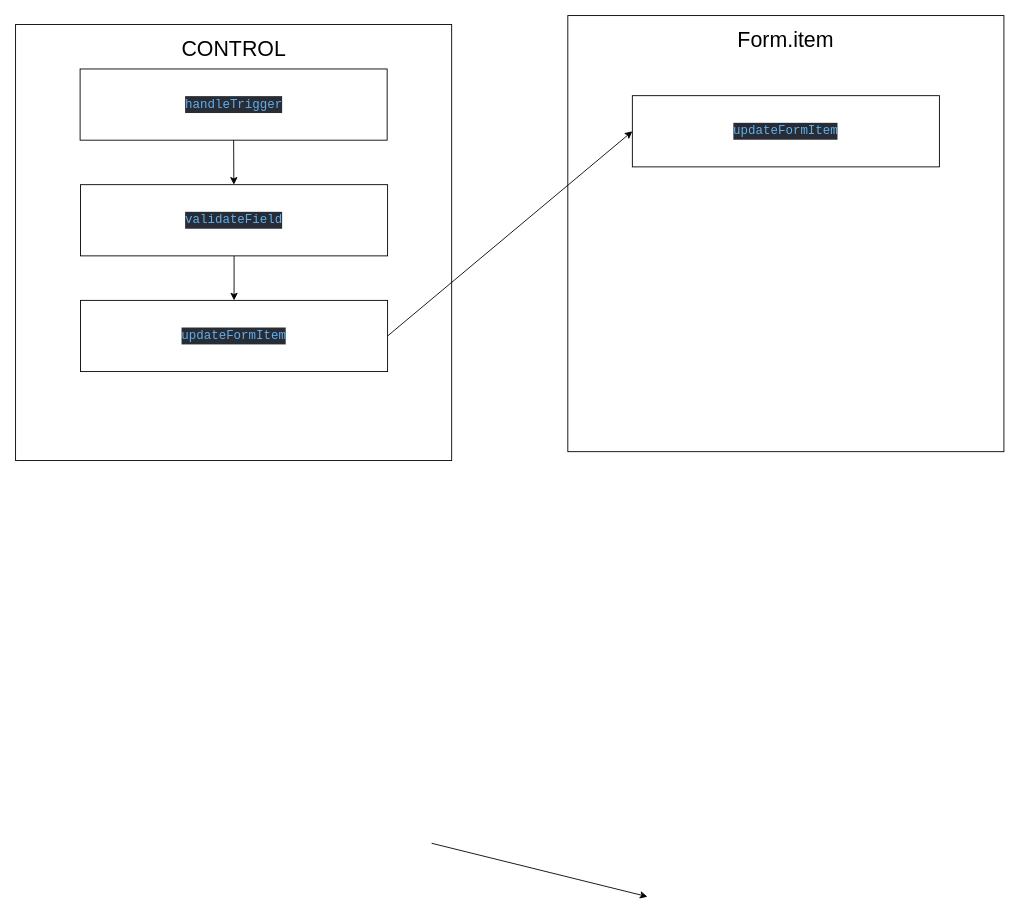
chrislol98/dildo-design keeps this draw.io diagram as page "rules validate" (3 of 4) of stories/form.drawio. Above is the earlier version. Source tidied: cells renumbered, new cells numbered last; positions are measured from the earlier drawing's top-left corner, leaving out a move shared by most shapes. Both pictures are drawn from the tidied source at 89%, with x=0, y=0 at pixel (15, 15).
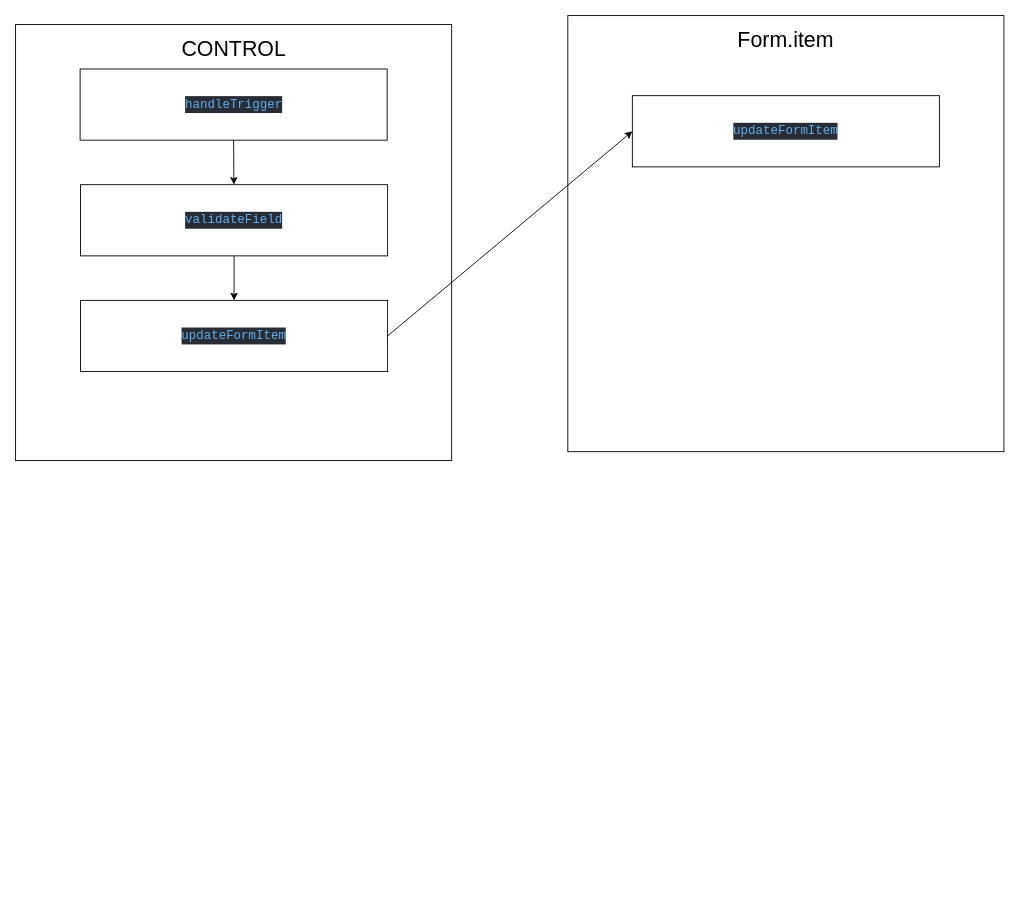
Above is the later version.

The edit, as a diff of the source:
```diff
@@
 <mxGraphModel>
   <root>
     <mxCell id="0" />
     <mxCell id="1" parent="0" />
-    <mxCell id="2" style="edgeStyle=none;html=1;exitX=1;exitY=0.5;exitDx=0;exitDy=0;entryX=0;entryY=0.5;entryDx=0;entryDy=0;fontFamily=Helvetica;fontSize=24;fontColor=default;" parent="1" edge="1">
-      <mxGeometry relative="1" as="geometry">
-        <mxPoint x="467.5" y="930" as="sourcePoint" />
-        <mxPoint x="710" y="990" as="targetPoint" />
-      </mxGeometry>
-    </mxCell>
     <mxCell id="3" style="group;" parent="1" vertex="1">
       <mxGeometry y="10" width="490" height="490" as="geometry" />
     </mxCell>
     <mxCell id="4" style="rounded=0;whiteSpace=wrap;html=1;strokeColor=default;fontFamily=Helvetica;fontSize=12;fontColor=default;fillColor=default;" parent="3" vertex="1">
       <mxGeometry width="490" height="490" as="geometry" />
     </mxCell>
     <mxCell id="5" value="&lt;span style=&quot;font-size: 24px;&quot;&gt;CONTROL&lt;br&gt;&lt;/span&gt;" style="text;html=1;strokeColor=none;fillColor=none;align=center;verticalAlign=middle;whiteSpace=wrap;rounded=0;fontFamily=Helvetica;fontSize=12;fontColor=default;" parent="3" vertex="1">
       <mxGeometry x="183.8" y="15.7" width="122.5" height="23.6" as="geometry" />
     </mxCell>
     <mxCell id="6" style="edgeStyle=none;html=1;exitX=0.5;exitY=1;exitDx=0;exitDy=0;" parent="3" edge="1" source="7" target="9">
       <mxGeometry relative="1" as="geometry" />
     </mxCell>
     <mxCell id="7" value="&lt;div style=&quot;background-color: rgb(40, 44, 52); font-family: Consolas, &amp;quot;Courier New&amp;quot;, monospace; font-size: 14px; line-height: 19px;&quot;&gt;&lt;div style=&quot;line-height: 19px;&quot;&gt;&lt;div style=&quot;line-height: 19px;&quot;&gt;&lt;div style=&quot;line-height: 19px;&quot;&gt;&lt;div style=&quot;font-family: Menlo, Monaco, &amp;quot;Courier New&amp;quot;, monospace; font-size: 12px; line-height: 18px;&quot;&gt;&lt;div style=&quot;&quot;&gt;&lt;div style=&quot;color: rgb(171, 178, 191); font-family: Consolas, &amp;quot;Courier New&amp;quot;, monospace; font-size: 14px; line-height: 19px;&quot;&gt;&lt;span style=&quot;color: #61afef;&quot;&gt;handleTrigger&lt;/span&gt;&lt;/div&gt;&lt;/div&gt;&lt;/div&gt;&lt;/div&gt;&lt;/div&gt;&lt;/div&gt;&lt;/div&gt;" style="rounded=0;whiteSpace=wrap;html=1;strokeColor=default;fontFamily=Helvetica;fontSize=12;fontColor=default;fillColor=default;" parent="3" vertex="1">
       <mxGeometry x="72.5" y="50" width="345" height="80" as="geometry" />
     </mxCell>
     <mxCell id="8" style="edgeStyle=none;html=1;exitX=0.5;exitY=1;exitDx=0;exitDy=0;entryX=0.5;entryY=0;entryDx=0;entryDy=0;" parent="3" edge="1" source="9" target="10">
       <mxGeometry relative="1" as="geometry" />
     </mxCell>
     <mxCell id="9" value="&lt;div style=&quot;background-color: rgb(40, 44, 52); font-family: Consolas, &amp;quot;Courier New&amp;quot;, monospace; font-size: 14px; line-height: 19px;&quot;&gt;&lt;div style=&quot;line-height: 19px;&quot;&gt;&lt;div style=&quot;line-height: 19px;&quot;&gt;&lt;div style=&quot;line-height: 19px;&quot;&gt;&lt;div style=&quot;font-family: Menlo, Monaco, &amp;quot;Courier New&amp;quot;, monospace; font-size: 12px; line-height: 18px;&quot;&gt;&lt;div style=&quot;&quot;&gt;&lt;div style=&quot;color: rgb(171, 178, 191); font-family: Consolas, &amp;quot;Courier New&amp;quot;, monospace; font-size: 14px; line-height: 19px;&quot;&gt;&lt;div style=&quot;line-height: 19px;&quot;&gt;&lt;span style=&quot;color: #61afef;&quot;&gt;validateField&lt;/span&gt;&lt;/div&gt;&lt;/div&gt;&lt;/div&gt;&lt;/div&gt;&lt;/div&gt;&lt;/div&gt;&lt;/div&gt;&lt;/div&gt;" style="rounded=0;whiteSpace=wrap;html=1;strokeColor=default;fontFamily=Helvetica;fontSize=12;fontColor=default;fillColor=default;" parent="3" vertex="1">
       <mxGeometry x="73" y="180" width="345" height="80" as="geometry" />
     </mxCell>
     <mxCell id="10" value="&lt;div style=&quot;background-color: rgb(40, 44, 52); font-family: Consolas, &amp;quot;Courier New&amp;quot;, monospace; font-size: 14px; line-height: 19px;&quot;&gt;&lt;div style=&quot;line-height: 19px;&quot;&gt;&lt;div style=&quot;line-height: 19px;&quot;&gt;&lt;div style=&quot;line-height: 19px;&quot;&gt;&lt;div style=&quot;font-family: Menlo, Monaco, &amp;quot;Courier New&amp;quot;, monospace; font-size: 12px; line-height: 18px;&quot;&gt;&lt;div style=&quot;&quot;&gt;&lt;div style=&quot;color: rgb(171, 178, 191); font-family: Consolas, &amp;quot;Courier New&amp;quot;, monospace; font-size: 14px; line-height: 19px;&quot;&gt;&lt;div style=&quot;line-height: 19px;&quot;&gt;&lt;div style=&quot;line-height: 19px;&quot;&gt;&lt;span style=&quot;color: #61afef;&quot;&gt;updateFormItem&lt;/span&gt;&lt;/div&gt;&lt;/div&gt;&lt;/div&gt;&lt;/div&gt;&lt;/div&gt;&lt;/div&gt;&lt;/div&gt;&lt;/div&gt;&lt;/div&gt;" style="rounded=0;whiteSpace=wrap;html=1;strokeColor=default;fontFamily=Helvetica;fontSize=12;fontColor=default;fillColor=default;" parent="3" vertex="1">
       <mxGeometry x="73" y="310" width="345" height="80" as="geometry" />
     </mxCell>
     <mxCell id="11" style="group;" parent="1" vertex="1">
       <mxGeometry x="620" width="490" height="490" as="geometry" />
     </mxCell>
     <mxCell id="12" style="rounded=0;whiteSpace=wrap;html=1;strokeColor=default;fontFamily=Helvetica;fontSize=12;fontColor=default;fillColor=default;" parent="11" vertex="1">
       <mxGeometry x="0.5" width="490" height="490" as="geometry" />
     </mxCell>
     <mxCell id="13" value="&lt;span style=&quot;font-size: 24px;&quot;&gt;Form.item&lt;br&gt;&lt;/span&gt;" style="text;html=1;strokeColor=none;fillColor=none;align=center;verticalAlign=middle;whiteSpace=wrap;rounded=0;fontFamily=Helvetica;fontSize=12;fontColor=default;" parent="11" vertex="1">
       <mxGeometry x="183.8" y="15.7" width="122.5" height="23.6" as="geometry" />
     </mxCell>
     <mxCell id="14" value="&lt;div style=&quot;background-color: rgb(40, 44, 52); font-family: Consolas, &amp;quot;Courier New&amp;quot;, monospace; font-size: 14px; line-height: 19px;&quot;&gt;&lt;div style=&quot;line-height: 19px;&quot;&gt;&lt;div style=&quot;line-height: 19px;&quot;&gt;&lt;div style=&quot;line-height: 19px;&quot;&gt;&lt;div style=&quot;font-family: Menlo, Monaco, &amp;quot;Courier New&amp;quot;, monospace; font-size: 12px; line-height: 18px;&quot;&gt;&lt;div style=&quot;&quot;&gt;&lt;div style=&quot;color: rgb(171, 178, 191); font-family: Consolas, &amp;quot;Courier New&amp;quot;, monospace; font-size: 14px; line-height: 19px;&quot;&gt;&lt;div style=&quot;line-height: 19px;&quot;&gt;&lt;div style=&quot;line-height: 19px;&quot;&gt;&lt;span style=&quot;color: #61afef;&quot;&gt;updateFormItem&lt;/span&gt;&lt;/div&gt;&lt;/div&gt;&lt;/div&gt;&lt;/div&gt;&lt;/div&gt;&lt;/div&gt;&lt;/div&gt;&lt;/div&gt;&lt;/div&gt;" style="rounded=0;whiteSpace=wrap;html=1;strokeColor=default;fontFamily=Helvetica;fontSize=12;fontColor=default;fillColor=default;" parent="11" vertex="1">
       <mxGeometry x="73" y="90" width="345" height="80" as="geometry" />
     </mxCell>
     <mxCell id="15" style="edgeStyle=none;html=1;exitX=1;exitY=0.5;exitDx=0;exitDy=0;entryX=0;entryY=0.5;entryDx=0;entryDy=0;" parent="1" edge="1" source="10" target="14">
       <mxGeometry relative="1" as="geometry" />
     </mxCell>
   </root>
 </mxGraphModel>
```
